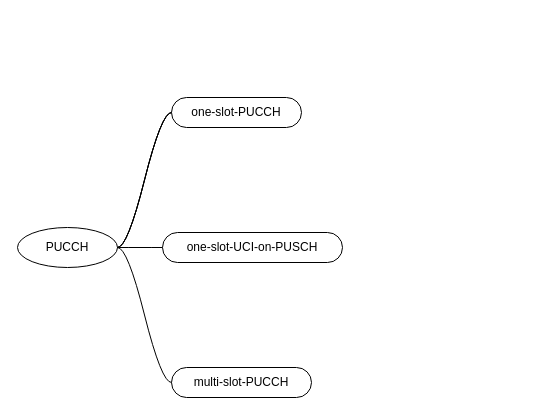
Above: page "第 5 页" (5 of 5) of 未命名绘图.drawio in wubobupt/drawio (draw.io), before the change. Source tidied: cells renumbered, new cells numbered last; positions are measured from the earlier drawing's top-left corner, leaving out a move shared by most shapes. Both pictures are drawn from the tidied source at 100%, with x=0, y=0 at pixel (17, 97).
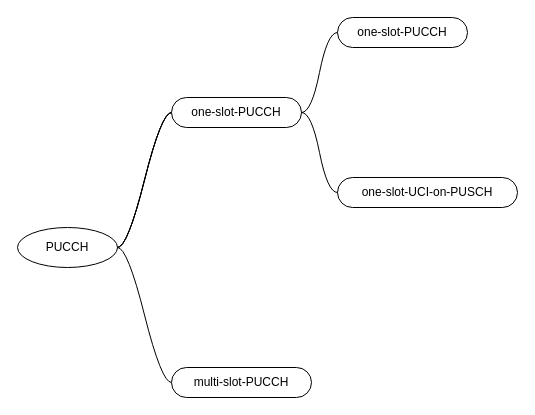
The same page after the edit.

Commit message:
更新未命名绘图.drawio

What changed in the source:
```diff
@@
 <mxGraphModel>
   <root>
     <mxCell id="0" />
     <mxCell id="1" parent="0" />
     <mxCell id="2" style="edgeStyle=entityRelationEdgeStyle;rounded=0;jettySize=auto;html=1;startArrow=none;endArrow=none;segment=10;curved=1;sourcePerimeterSpacing=0;targetPerimeterSpacing=0;" parent="1" edge="1" source="4" target="5">
       <mxGeometry relative="1" as="geometry" />
     </mxCell>
     <mxCell id="3" style="edgeStyle=entityRelationEdgeStyle;rounded=0;jettySize=auto;html=1;startArrow=none;endArrow=none;segment=10;curved=1;sourcePerimeterSpacing=0;targetPerimeterSpacing=0;" parent="1" edge="1" source="4" target="5">
       <mxGeometry relative="1" as="geometry" />
     </mxCell>
     <mxCell id="4" value="PUCCH" style="ellipse;whiteSpace=wrap;html=1;align=center;newEdgeStyle={&quot;edgeStyle&quot;:&quot;entityRelationEdgeStyle&quot;,&quot;startArrow&quot;:&quot;none&quot;,&quot;endArrow&quot;:&quot;none&quot;,&quot;segment&quot;:10,&quot;curved&quot;:1,&quot;sourcePerimeterSpacing&quot;:0,&quot;targetPerimeterSpacing&quot;:0};" parent="1" vertex="1">
       <mxGeometry y="130" width="100" height="40" as="geometry" />
     </mxCell>
     <mxCell id="5" value="one-slot-PUCCH" style="whiteSpace=wrap;html=1;rounded=1;arcSize=50;align=center;verticalAlign=middle;strokeWidth=1;spacing=4;newEdgeStyle={&quot;edgeStyle&quot;:&quot;entityRelationEdgeStyle&quot;,&quot;startArrow&quot;:&quot;none&quot;,&quot;endArrow&quot;:&quot;none&quot;,&quot;segment&quot;:10,&quot;curved&quot;:1,&quot;sourcePerimeterSpacing&quot;:0,&quot;targetPerimeterSpacing&quot;:0};" parent="1" vertex="1">
       <mxGeometry x="154" width="130" height="30" as="geometry" />
     </mxCell>
     <mxCell id="6" style="edgeStyle=entityRelationEdgeStyle;startArrow=none;endArrow=none;segment=10;curved=1;sourcePerimeterSpacing=0;targetPerimeterSpacing=0;rounded=0;exitX=1;exitY=0.5;exitDx=0;exitDy=0;" parent="1" edge="1" source="4" target="5">
       <mxGeometry relative="1" as="geometry">
         <Array as="points">
           <mxPoint x="100" y="170" />
         </Array>
       </mxGeometry>
     </mxCell>
     <mxCell id="7" value="multi-slot-PUCCH" style="whiteSpace=wrap;html=1;rounded=1;arcSize=50;align=center;verticalAlign=middle;strokeWidth=1;spacing=4;newEdgeStyle={&quot;edgeStyle&quot;:&quot;entityRelationEdgeStyle&quot;,&quot;startArrow&quot;:&quot;none&quot;,&quot;endArrow&quot;:&quot;none&quot;,&quot;segment&quot;:10,&quot;curved&quot;:1,&quot;sourcePerimeterSpacing&quot;:0,&quot;targetPerimeterSpacing&quot;:0};" parent="1" vertex="1">
       <mxGeometry x="154" y="270" width="140" height="30" as="geometry" />
     </mxCell>
     <mxCell id="8" style="edgeStyle=entityRelationEdgeStyle;startArrow=none;endArrow=none;segment=10;curved=1;sourcePerimeterSpacing=0;targetPerimeterSpacing=0;rounded=0;exitX=1;exitY=0.5;exitDx=0;exitDy=0;" parent="1" edge="1" source="4" target="7">
       <mxGeometry relative="1" as="geometry" />
     </mxCell>
     <mxCell id="9" value="one-slot-UCI-on-PUSCH" style="whiteSpace=wrap;html=1;rounded=1;arcSize=50;align=center;verticalAlign=middle;strokeWidth=1;spacing=4;newEdgeStyle={&quot;edgeStyle&quot;:&quot;entityRelationEdgeStyle&quot;,&quot;startArrow&quot;:&quot;none&quot;,&quot;endArrow&quot;:&quot;none&quot;,&quot;segment&quot;:10,&quot;curved&quot;:1,&quot;sourcePerimeterSpacing&quot;:0,&quot;targetPerimeterSpacing&quot;:0};" parent="1" vertex="1">
-      <mxGeometry x="145" y="135" width="180" height="30" as="geometry" />
+      <mxGeometry x="320" y="80" width="180" height="30" as="geometry" />
     </mxCell>
-    <mxCell id="10" style="edgeStyle=entityRelationEdgeStyle;startArrow=none;endArrow=none;segment=10;curved=1;sourcePerimeterSpacing=0;targetPerimeterSpacing=0;rounded=0;exitX=1;exitY=0.5;exitDx=0;exitDy=0;entryX=0;entryY=0.5;entryDx=0;entryDy=0;" parent="1" edge="1" source="4" target="9">
-      <mxGeometry relative="1" as="geometry">
-        <Array as="points">
-          <mxPoint x="110" y="180" />
-        </Array>
-      </mxGeometry>
-    </mxCell>
+    <mxCell id="11" value="one-slot-PUCCH" style="whiteSpace=wrap;html=1;rounded=1;arcSize=50;align=center;verticalAlign=middle;strokeWidth=1;spacing=4;newEdgeStyle={&quot;edgeStyle&quot;:&quot;entityRelationEdgeStyle&quot;,&quot;startArrow&quot;:&quot;none&quot;,&quot;endArrow&quot;:&quot;none&quot;,&quot;segment&quot;:10,&quot;curved&quot;:1,&quot;sourcePerimeterSpacing&quot;:0,&quot;targetPerimeterSpacing&quot;:0};" parent="1" vertex="1">
+      <mxGeometry x="320" y="-80" width="130" height="30" as="geometry" />
+    </mxCell>
+    <mxCell id="12" style="edgeStyle=entityRelationEdgeStyle;startArrow=none;endArrow=none;segment=10;curved=1;sourcePerimeterSpacing=0;targetPerimeterSpacing=0;rounded=0;exitX=1;exitY=0.5;exitDx=0;exitDy=0;" parent="1" edge="1" source="5" target="11">
+      <mxGeometry relative="1" as="geometry">
+        <Array as="points">
+          <mxPoint x="230" y="80" />
+          <mxPoint x="110" y="180" />
+        </Array>
+      </mxGeometry>
+    </mxCell>
+    <mxCell id="13" style="edgeStyle=entityRelationEdgeStyle;startArrow=none;endArrow=none;segment=10;curved=1;sourcePerimeterSpacing=0;targetPerimeterSpacing=0;rounded=0;exitX=1;exitY=0.5;exitDx=0;exitDy=0;entryX=0;entryY=0.5;entryDx=0;entryDy=0;" parent="1" edge="1" source="5" target="9">
+      <mxGeometry relative="1" as="geometry">
+        <Array as="points">
+          <mxPoint x="110" y="180" />
+        </Array>
+      </mxGeometry>
+    </mxCell>
   </root>
 </mxGraphModel>
```
